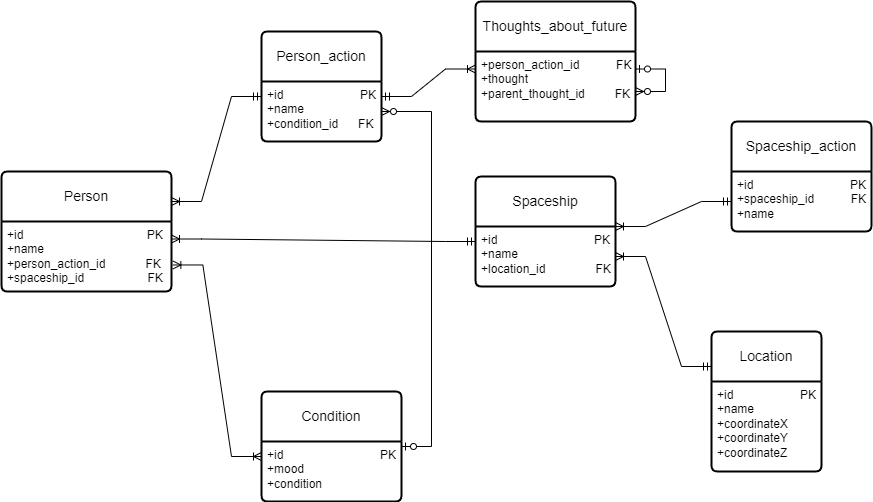
Above: DataBases/lab1/InfologicDiagram.drawio.png in EgorovaVarvara/ITMO (draw.io), before the change. Source tidied: cells renumbered, new cells last; positions are measured from the earlier drawing's top-left corner, leaving out a move shared by most shapes.
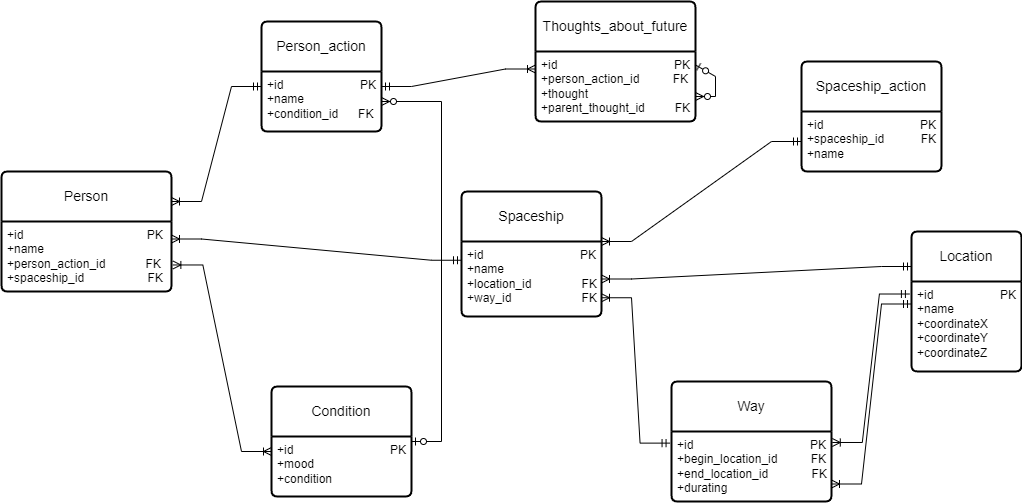
The same file after the commit.

Diff of the diagram source:
```diff
@@ -3,7 +3,7 @@
     <mxCell id="0" />
     <mxCell id="1" parent="0" />
     <mxCell id="2" value="Person" style="swimlane;horizontal=1;startSize=50;rounded=1;fontSize=14;fontStyle=0;strokeWidth=2;shadow=0;dashed=0;align=center;arcSize=4;whiteSpace=wrap;html=1;" parent="1" vertex="1">
-      <mxGeometry y="170" width="170" height="120" as="geometry" />
+      <mxGeometry x="-60" y="170" width="170" height="120" as="geometry" />
     </mxCell>
     <mxCell id="3" value="+id&amp;nbsp; &amp;nbsp; &amp;nbsp; &amp;nbsp; &amp;nbsp; &amp;nbsp; &amp;nbsp; &amp;nbsp; &amp;nbsp; &amp;nbsp; &amp;nbsp; &amp;nbsp; &amp;nbsp; &amp;nbsp; &amp;nbsp; &amp;nbsp; &amp;nbsp; &amp;nbsp; &amp;nbsp;PK&lt;br&gt;+name&lt;br&gt;+person_action_id&amp;nbsp; &amp;nbsp; &amp;nbsp; &amp;nbsp; &amp;nbsp; &amp;nbsp; FK&lt;br&gt;+spaceship_id&amp;nbsp; &amp;nbsp; &amp;nbsp; &amp;nbsp; &amp;nbsp; &amp;nbsp; &amp;nbsp; &amp;nbsp; &amp;nbsp; &amp;nbsp;FK" style="align=left;strokeColor=none;fillColor=none;spacingLeft=4;fontSize=12;verticalAlign=top;html=1;" parent="2" vertex="1">
       <mxGeometry y="50" width="170" height="70" as="geometry" />
@@ -12,31 +12,31 @@
       <mxGeometry relative="1" as="geometry" />
     </mxCell>
     <mxCell id="5" value="Person_action" style="swimlane;horizontal=1;startSize=50;rounded=1;fontSize=14;fontStyle=0;strokeWidth=2;shadow=0;dashed=0;align=center;arcSize=4;whiteSpace=wrap;html=1;" parent="1" vertex="1">
-      <mxGeometry x="260" y="30" width="120" height="110" as="geometry" />
+      <mxGeometry x="200" y="20" width="120" height="110" as="geometry" />
     </mxCell>
     <mxCell id="6" value="+id&amp;nbsp; &amp;nbsp; &amp;nbsp; &amp;nbsp; &amp;nbsp; &amp;nbsp; &amp;nbsp; &amp;nbsp; &amp;nbsp; &amp;nbsp; &amp;nbsp; &amp;nbsp;PK&lt;br&gt;+name&lt;br&gt;+condition_id&amp;nbsp; &amp;nbsp; &amp;nbsp; FK&amp;nbsp; &amp;nbsp;" style="align=left;strokeColor=none;fillColor=none;spacingLeft=4;fontSize=12;verticalAlign=top;html=1;" parent="5" vertex="1">
       <mxGeometry y="50" width="120" height="60" as="geometry" />
     </mxCell>
     <mxCell id="7" value="Condition" style="swimlane;horizontal=1;startSize=50;rounded=1;fontSize=14;fontStyle=0;strokeWidth=2;shadow=0;dashed=0;align=center;arcSize=4;whiteSpace=wrap;html=1;" parent="1" vertex="1">
-      <mxGeometry x="260" y="390" width="140" height="110" as="geometry" />
+      <mxGeometry x="210" y="385" width="140" height="110" as="geometry" />
     </mxCell>
     <mxCell id="8" value="+id&amp;nbsp; &amp;nbsp; &amp;nbsp; &amp;nbsp; &amp;nbsp; &amp;nbsp; &amp;nbsp; &amp;nbsp; &amp;nbsp; &amp;nbsp; &amp;nbsp; &amp;nbsp; &amp;nbsp; &amp;nbsp; &amp;nbsp;PK&lt;br&gt;+mood&lt;br&gt;+condition" style="align=left;strokeColor=none;fillColor=none;spacingLeft=4;fontSize=12;verticalAlign=top;html=1;" parent="7" vertex="1">
       <mxGeometry y="50" width="140" height="60" as="geometry" />
     </mxCell>
     <mxCell id="9" value="Location" style="swimlane;horizontal=1;startSize=50;rounded=1;fontSize=14;fontStyle=0;strokeWidth=2;shadow=0;dashed=0;align=center;arcSize=4;whiteSpace=wrap;html=1;" parent="1" vertex="1">
-      <mxGeometry x="710" y="330" width="110" height="140" as="geometry" />
+      <mxGeometry x="850" y="230" width="110" height="140" as="geometry" />
     </mxCell>
     <mxCell id="10" value="+id&amp;nbsp; &amp;nbsp; &amp;nbsp; &amp;nbsp; &amp;nbsp; &amp;nbsp; &amp;nbsp; &amp;nbsp; &amp;nbsp; &amp;nbsp; PK&lt;br&gt;+name&lt;br&gt;+coordinateX&lt;br&gt;+coordinateY&lt;br&gt;+coordinateZ" style="align=left;strokeColor=none;fillColor=none;spacingLeft=4;fontSize=12;verticalAlign=top;html=1;" parent="9" vertex="1">
       <mxGeometry y="50" width="110" height="90" as="geometry" />
     </mxCell>
     <mxCell id="11" value="Spaceship" style="swimlane;horizontal=1;startSize=50;rounded=1;fontSize=14;fontStyle=0;strokeWidth=2;shadow=0;dashed=0;align=center;arcSize=4;whiteSpace=wrap;html=1;" parent="1" vertex="1">
-      <mxGeometry x="474" y="175" width="140" height="110" as="geometry" />
+      <mxGeometry x="400" y="190" width="140" height="125" as="geometry" />
     </mxCell>
-    <mxCell id="12" value="+id&amp;nbsp; &amp;nbsp; &amp;nbsp; &amp;nbsp; &amp;nbsp; &amp;nbsp; &amp;nbsp; &amp;nbsp; &amp;nbsp; &amp;nbsp; &amp;nbsp; &amp;nbsp; &amp;nbsp; &amp;nbsp; &amp;nbsp;PK&lt;br&gt;+name&lt;br&gt;+location_id&amp;nbsp; &amp;nbsp; &amp;nbsp; &amp;nbsp; &amp;nbsp; &amp;nbsp; &amp;nbsp; &amp;nbsp;FK" style="align=left;strokeColor=none;fillColor=none;spacingLeft=4;fontSize=12;verticalAlign=top;html=1;" parent="11" vertex="1">
-      <mxGeometry y="50" width="140" height="60" as="geometry" />
+    <mxCell id="12" value="+id&amp;nbsp; &amp;nbsp; &amp;nbsp; &amp;nbsp; &amp;nbsp; &amp;nbsp; &amp;nbsp; &amp;nbsp; &amp;nbsp; &amp;nbsp; &amp;nbsp; &amp;nbsp; &amp;nbsp; &amp;nbsp; &amp;nbsp;PK&lt;br&gt;+name&lt;br&gt;+location_id&amp;nbsp; &amp;nbsp; &amp;nbsp; &amp;nbsp; &amp;nbsp; &amp;nbsp; &amp;nbsp; &amp;nbsp;FK&lt;br&gt;+way_id&amp;nbsp; &amp;nbsp; &amp;nbsp; &amp;nbsp; &amp;nbsp; &amp;nbsp; &amp;nbsp; &amp;nbsp; &amp;nbsp; &amp;nbsp; &amp;nbsp;FK" style="align=left;strokeColor=none;fillColor=none;spacingLeft=4;fontSize=12;verticalAlign=top;html=1;" parent="11" vertex="1">
+      <mxGeometry y="50" width="140" height="75" as="geometry" />
     </mxCell>
     <mxCell id="13" value="Spaceship_action" style="swimlane;horizontal=1;startSize=50;rounded=1;fontSize=14;fontStyle=0;strokeWidth=2;shadow=0;dashed=0;align=center;arcSize=4;whiteSpace=wrap;html=1;" parent="1" vertex="1">
-      <mxGeometry x="730" y="120" width="140" height="110" as="geometry" />
+      <mxGeometry x="740" y="60" width="140" height="110" as="geometry" />
     </mxCell>
     <mxCell id="14" value="+id&amp;nbsp; &amp;nbsp; &amp;nbsp; &amp;nbsp; &amp;nbsp; &amp;nbsp; &amp;nbsp; &amp;nbsp; &amp;nbsp; &amp;nbsp; &amp;nbsp; &amp;nbsp; &amp;nbsp; &amp;nbsp; &amp;nbsp;PK&lt;br&gt;+spaceship_id&amp;nbsp; &amp;nbsp; &amp;nbsp; &amp;nbsp; &amp;nbsp; &amp;nbsp;FK&lt;br&gt;+name" style="align=left;strokeColor=none;fillColor=none;spacingLeft=4;fontSize=12;verticalAlign=top;html=1;" parent="13" vertex="1">
       <mxGeometry y="50" width="140" height="60" as="geometry" />
@@ -70,10 +70,10 @@
     <mxCell id="19" value="Thoughts_about_future" style="swimlane;horizontal=1;startSize=50;rounded=1;fontSize=14;fontStyle=0;strokeWidth=2;shadow=0;dashed=0;align=center;arcSize=4;whiteSpace=wrap;html=1;" parent="1" vertex="1">
       <mxGeometry x="474" width="160" height="120" as="geometry" />
     </mxCell>
-    <mxCell id="20" value="+person_action_id&amp;nbsp; &amp;nbsp; &amp;nbsp; &amp;nbsp; &amp;nbsp; &amp;nbsp;FK&lt;br&gt;+thought&lt;br&gt;+parent_thought_id&amp;nbsp; &amp;nbsp; &amp;nbsp; &amp;nbsp; &amp;nbsp;FK" style="align=left;strokeColor=none;fillColor=none;spacingLeft=4;fontSize=12;verticalAlign=top;html=1;" parent="19" vertex="1">
+    <mxCell id="20" value="+id&amp;nbsp; &amp;nbsp; &amp;nbsp; &amp;nbsp; &amp;nbsp; &amp;nbsp; &amp;nbsp; &amp;nbsp; &amp;nbsp; &amp;nbsp; &amp;nbsp; &amp;nbsp; &amp;nbsp; &amp;nbsp; &amp;nbsp; &amp;nbsp; &amp;nbsp; &amp;nbsp;PK&lt;br&gt;+person_action_id&amp;nbsp; &amp;nbsp; &amp;nbsp; &amp;nbsp; &amp;nbsp; FK&lt;br&gt;+thought&lt;br&gt;+parent_thought_id&amp;nbsp; &amp;nbsp; &amp;nbsp; &amp;nbsp; &amp;nbsp;FK" style="align=left;strokeColor=none;fillColor=none;spacingLeft=4;fontSize=12;verticalAlign=top;html=1;" parent="19" vertex="1">
       <mxGeometry y="50" width="160" height="70" as="geometry" />
     </mxCell>
-    <mxCell id="21" style="edgeStyle=entityRelationEdgeStyle;fontSize=12;html=1;endArrow=ERzeroToMany;startArrow=ERzeroToOne;rounded=0;exitX=1;exitY=0.25;exitDx=0;exitDy=0;entryX=1;entryY=0.75;entryDx=0;entryDy=0;" parent="19" edge="1" source="20" target="19">
+    <mxCell id="21" style="edgeStyle=entityRelationEdgeStyle;fontSize=12;html=1;endArrow=ERzeroToMany;startArrow=ERzeroToOne;rounded=0;exitX=0.998;exitY=0.19;exitDx=0;exitDy=0;exitPerimeter=0;" parent="19" edge="1" source="20" target="20">
       <mxGeometry relative="1" as="geometry" />
     </mxCell>
     <mxCell id="22" style="edgeStyle=entityRelationEdgeStyle;fontSize=12;html=1;endArrow=ERoneToMany;startArrow=ERmandOne;rounded=0;entryX=0;entryY=0.25;entryDx=0;entryDy=0;exitX=1;exitY=0.25;exitDx=0;exitDy=0;" parent="1" edge="1" source="6" target="20">
@@ -88,5 +88,20 @@
     <mxCell id="25" style="edgeStyle=entityRelationEdgeStyle;fontSize=12;html=1;endArrow=ERoneToMany;startArrow=ERmandOne;rounded=0;entryX=1;entryY=0.5;entryDx=0;entryDy=0;exitX=0;exitY=0.25;exitDx=0;exitDy=0;" parent="1" edge="1" source="9" target="12">
       <mxGeometry relative="1" as="geometry" />
     </mxCell>
+    <mxCell id="26" value="Way" style="swimlane;horizontal=1;startSize=50;rounded=1;fontSize=14;fontStyle=0;strokeWidth=2;shadow=0;dashed=0;align=center;arcSize=4;whiteSpace=wrap;html=1;" parent="1" vertex="1">
+      <mxGeometry x="610" y="380" width="160" height="120" as="geometry" />
+    </mxCell>
+    <mxCell id="27" value="+id&amp;nbsp; &amp;nbsp; &amp;nbsp; &amp;nbsp; &amp;nbsp; &amp;nbsp; &amp;nbsp; &amp;nbsp; &amp;nbsp; &amp;nbsp; &amp;nbsp; &amp;nbsp; &amp;nbsp; &amp;nbsp; &amp;nbsp; &amp;nbsp; &amp;nbsp; &amp;nbsp;PK&lt;br&gt;+begin_location_id&amp;nbsp; &amp;nbsp; &amp;nbsp; &amp;nbsp; &amp;nbsp; FK&lt;br&gt;+end_location_id&amp;nbsp; &amp;nbsp; &amp;nbsp; &amp;nbsp; &amp;nbsp; &amp;nbsp; &amp;nbsp;FK&lt;br&gt;+durating" style="align=left;strokeColor=none;fillColor=none;spacingLeft=4;fontSize=12;verticalAlign=top;html=1;" parent="26" vertex="1">
+      <mxGeometry y="50" width="160" height="70" as="geometry" />
+    </mxCell>
+    <mxCell id="28" style="edgeStyle=entityRelationEdgeStyle;fontSize=12;html=1;endArrow=ERoneToMany;startArrow=ERmandOne;rounded=0;exitX=-0.009;exitY=0.166;exitDx=0;exitDy=0;exitPerimeter=0;entryX=1;entryY=0.75;entryDx=0;entryDy=0;" parent="1" edge="1" source="27" target="12">
+      <mxGeometry relative="1" as="geometry" />
+    </mxCell>
+    <mxCell id="29" style="edgeStyle=entityRelationEdgeStyle;fontSize=12;html=1;endArrow=ERoneToMany;startArrow=ERmandOne;rounded=0;entryX=1.005;entryY=0.157;entryDx=0;entryDy=0;entryPerimeter=0;exitX=-0.019;exitY=0.139;exitDx=0;exitDy=0;exitPerimeter=0;" parent="1" edge="1" source="10" target="27">
+      <mxGeometry relative="1" as="geometry" />
+    </mxCell>
+    <mxCell id="30" style="edgeStyle=entityRelationEdgeStyle;fontSize=12;html=1;endArrow=ERoneToMany;startArrow=ERmandOne;rounded=0;exitX=0;exitY=0.25;exitDx=0;exitDy=0;entryX=1;entryY=0.75;entryDx=0;entryDy=0;" parent="1" edge="1" source="10" target="27">
+      <mxGeometry relative="1" as="geometry" />
+    </mxCell>
   </root>
 </mxGraphModel>
```
